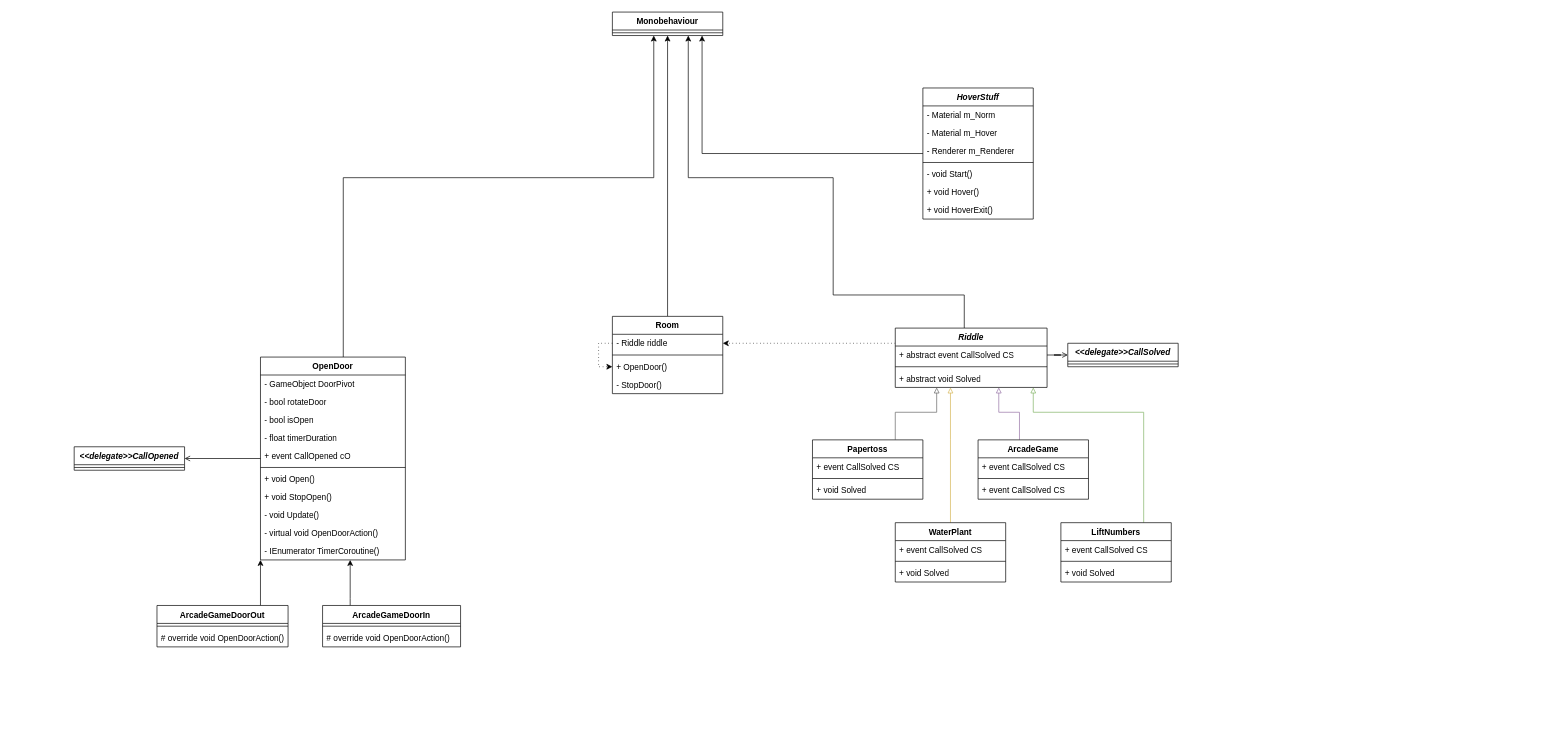
LksWllmnn/GD_PaulSpez23 keeps this draw.io diagram as GameJam/ClassDagramm.drawio. Above is the earlier version. Source tidied: cells renumbered, new cells numbered last; positions are measured from the earlier drawing's top-left corner, leaving out a move shared by most shapes. Both pictures are drawn from the tidied source at 69%, with x=0, y=0 at pixel (74, 12).
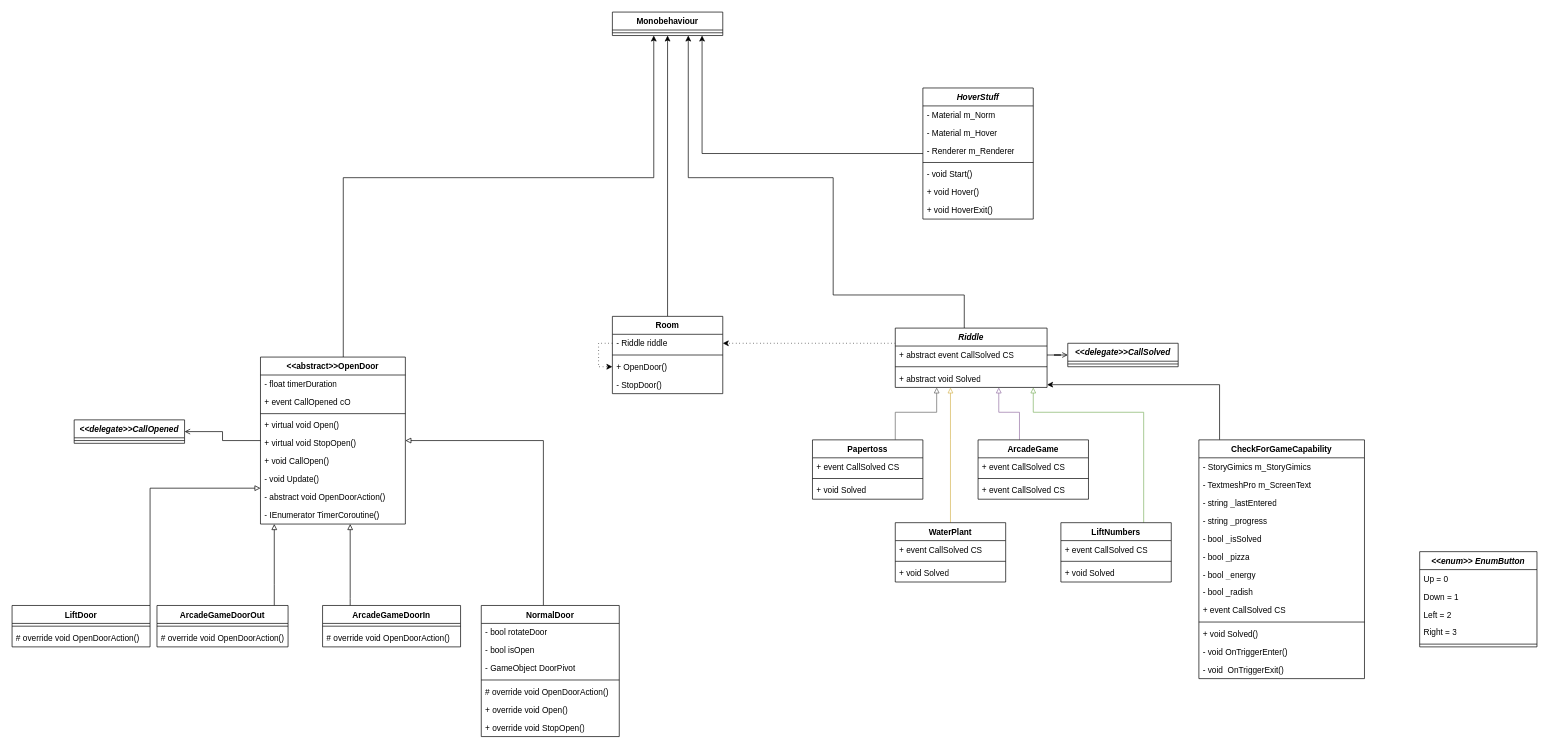
The same diagram, later.

Unchanged cells that the change refers to:
```xml
<mxCell id="11" value="&lt;i&gt;Riddle&lt;/i&gt;" style="swimlane;fontStyle=1;align=center;verticalAlign=top;horizontal=1;startSize=26;whiteSpace=wrap;html=1;" parent="1" vertex="1">
  <mxGeometry x="1190" y="458" width="220" height="86" as="geometry" />
</mxCell>
<mxCell id="55" value="ArcadeGameDoorOut" style="swimlane;fontStyle=1;align=center;verticalAlign=top;horizontal=1;startSize=26;whiteSpace=wrap;html=1;" parent="1" vertex="1">
  <mxGeometry x="120" y="860" width="190" height="60" as="geometry" />
</mxCell>
<mxCell id="59" value="ArcadeGameDoorIn" style="swimlane;fontStyle=1;align=center;verticalAlign=top;horizontal=1;startSize=26;whiteSpace=wrap;html=1;" parent="1" vertex="1">
  <mxGeometry x="360" y="860" width="200" height="60" as="geometry" />
</mxCell>
```

What changed in the source:
```diff
@@
-    <mxCell id="42" value="OpenDoor" style="swimlane;fontStyle=1;align=center;verticalAlign=top;horizontal=1;startSize=26;whiteSpace=wrap;html=1;" parent="1" vertex="1">
-      <mxGeometry x="270" y="500" width="210" height="294" as="geometry" />
+    <mxCell id="42" value="&amp;lt;&amp;lt;abstract&amp;gt;&amp;gt;OpenDoor" style="swimlane;fontStyle=1;align=center;verticalAlign=top;horizontal=1;startSize=26;whiteSpace=wrap;html=1;" parent="1" vertex="1">
+      <mxGeometry x="270" y="500" width="210" height="242" as="geometry" />
     </mxCell>
-    <mxCell id="43" value="- GameObject DoorPivot" style="text;strokeColor=none;fillColor=none;align=left;verticalAlign=top;spacingLeft=4;spacingRight=4;overflow=hidden;whiteSpace=wrap;html=1;" parent="42" vertex="1">
-      <mxGeometry y="26" width="210" height="26" as="geometry" />
-    </mxCell>
-    <mxCell id="44" value="- bool rotateDoor" style="text;strokeColor=none;fillColor=none;align=left;verticalAlign=top;spacingLeft=4;spacingRight=4;overflow=hidden;whiteSpace=wrap;html=1;" parent="42" vertex="1">
-      <mxGeometry y="52" width="210" height="26" as="geometry" />
-    </mxCell>
-    <mxCell id="45" value="- bool isOpen" style="text;strokeColor=none;fillColor=none;align=left;verticalAlign=top;spacingLeft=4;spacingRight=4;overflow=hidden;whiteSpace=wrap;html=1;" parent="42" vertex="1">
-      <mxGeometry y="78" width="210" height="26" as="geometry" />
-    </mxCell>
     <mxCell id="46" value="- float timerDuration" style="text;strokeColor=none;fillColor=none;align=left;verticalAlign=top;spacingLeft=4;spacingRight=4;overflow=hidden;whiteSpace=wrap;html=1;" parent="42" vertex="1">
-      <mxGeometry y="104" width="210" height="26" as="geometry" />
+      <mxGeometry y="26" width="210" height="26" as="geometry" />
     </mxCell>
     <mxCell id="47" value="+ event CallOpened cO" style="text;strokeColor=none;fillColor=none;align=left;verticalAlign=top;spacingLeft=4;spacingRight=4;overflow=hidden;whiteSpace=wrap;html=1;" parent="42" vertex="1">
-      <mxGeometry y="130" width="210" height="26" as="geometry" />
+      <mxGeometry y="52" width="210" height="26" as="geometry" />
     </mxCell>
     <mxCell id="48" style="line;strokeWidth=1;fillColor=none;align=left;verticalAlign=middle;spacingTop=-1;spacingLeft=3;spacingRight=3;labelPosition=right;strokeColor=inherit;" parent="42" vertex="1">
-      <mxGeometry y="156" width="210" height="8" as="geometry" />
+      <mxGeometry y="78" width="210" height="8" as="geometry" />
     </mxCell>
-    <mxCell id="49" value="+ void Open()" style="text;strokeColor=none;fillColor=none;align=left;verticalAlign=top;spacingLeft=4;spacingRight=4;overflow=hidden;whiteSpace=wrap;html=1;" parent="42" vertex="1">
-      <mxGeometry y="164" width="210" height="26" as="geometry" />
+    <mxCell id="49" value="+ virtual void Open()" style="text;strokeColor=none;fillColor=none;align=left;verticalAlign=top;spacingLeft=4;spacingRight=4;overflow=hidden;whiteSpace=wrap;html=1;" parent="42" vertex="1">
+      <mxGeometry y="86" width="210" height="26" as="geometry" />
     </mxCell>
-    <mxCell id="50" value="+ void StopOpen()" style="text;strokeColor=none;fillColor=none;align=left;verticalAlign=top;spacingLeft=4;spacingRight=4;overflow=hidden;whiteSpace=wrap;html=1;" parent="42" vertex="1">
-      <mxGeometry y="190" width="210" height="26" as="geometry" />
+    <mxCell id="50" value="+ virtual void StopOpen()" style="text;strokeColor=none;fillColor=none;align=left;verticalAlign=top;spacingLeft=4;spacingRight=4;overflow=hidden;whiteSpace=wrap;html=1;" parent="42" vertex="1">
+      <mxGeometry y="112" width="210" height="26" as="geometry" />
     </mxCell>
+    <mxCell id="73" value="+ void CallOpen()" style="text;strokeColor=none;fillColor=none;align=left;verticalAlign=top;spacingLeft=4;spacingRight=4;overflow=hidden;whiteSpace=wrap;html=1;" parent="42" vertex="1">
+      <mxGeometry y="138" width="210" height="26" as="geometry" />
+    </mxCell>
     <mxCell id="51" value="- void Update()" style="text;strokeColor=none;fillColor=none;align=left;verticalAlign=top;spacingLeft=4;spacingRight=4;overflow=hidden;whiteSpace=wrap;html=1;" parent="42" vertex="1">
-      <mxGeometry y="216" width="210" height="26" as="geometry" />
+      <mxGeometry y="164" width="210" height="26" as="geometry" />
     </mxCell>
-    <mxCell id="52" value="- virtual void OpenDoorAction()" style="text;strokeColor=none;fillColor=none;align=left;verticalAlign=top;spacingLeft=4;spacingRight=4;overflow=hidden;whiteSpace=wrap;html=1;" parent="42" vertex="1">
-      <mxGeometry y="242" width="210" height="26" as="geometry" />
+    <mxCell id="52" value="- abstract void OpenDoorAction()" style="text;strokeColor=none;fillColor=none;align=left;verticalAlign=top;spacingLeft=4;spacingRight=4;overflow=hidden;whiteSpace=wrap;html=1;" parent="42" vertex="1">
+      <mxGeometry y="190" width="210" height="26" as="geometry" />
     </mxCell>
     <mxCell id="53" value="- IEnumerator TimerCoroutine()" style="text;strokeColor=none;fillColor=none;align=left;verticalAlign=top;spacingLeft=4;spacingRight=4;overflow=hidden;whiteSpace=wrap;html=1;" parent="42" vertex="1">
-      <mxGeometry y="268" width="210" height="26" as="geometry" />
+      <mxGeometry y="216" width="210" height="26" as="geometry" />
     </mxCell>
-    <mxCell id="54" style="edgeStyle=orthogonalEdgeStyle;rounded=0;jettySize=auto;html=1;" parent="1" edge="1" source="55" target="42">
+    <mxCell id="54" style="edgeStyle=orthogonalEdgeStyle;rounded=0;jettySize=auto;html=1;endArrow=block;endFill=0;" parent="1" edge="1" source="55" target="42">
       <mxGeometry relative="1" as="geometry">
         <Array as="points">
-          <mxPoint x="280" y="870" />
-          <mxPoint x="280" y="870" />
+          <mxPoint x="290" y="830" />
+          <mxPoint x="290" y="830" />
         </Array>
       </mxGeometry>
     </mxCell>
@@
-    <mxCell id="58" style="edgeStyle=orthogonalEdgeStyle;rounded=0;jettySize=auto;html=1;" parent="1" edge="1" source="59" target="42">
+    <mxCell id="58" style="edgeStyle=orthogonalEdgeStyle;rounded=0;jettySize=auto;html=1;endArrow=block;endFill=0;" parent="1" edge="1" source="59" target="42">
       <mxGeometry relative="1" as="geometry">
         <Array as="points">
           <mxPoint x="400" y="850" />
           <mxPoint x="400" y="850" />
         </Array>
       </mxGeometry>
     </mxCell>
@@
     <mxCell id="62" value="&lt;i&gt;&amp;lt;&amp;lt;delegate&amp;gt;&amp;gt;CallOpened&lt;/i&gt;" style="swimlane;fontStyle=1;align=center;verticalAlign=top;horizontal=1;startSize=26;whiteSpace=wrap;html=1;" parent="1" vertex="1">
-      <mxGeometry y="630" width="160" height="34" as="geometry" />
+      <mxGeometry y="591" width="160" height="34" as="geometry" />
     </mxCell>
@@
+    <mxCell id="74" style="edgeStyle=orthogonalEdgeStyle;rounded=0;jettySize=auto;html=1;" parent="1" edge="1" source="75" target="11">
+      <mxGeometry relative="1" as="geometry">
+        <Array as="points">
+          <mxPoint x="1660" y="540" />
+        </Array>
+      </mxGeometry>
+    </mxCell>
+    <mxCell id="75" value="CheckForGameCapability" style="swimlane;fontStyle=1;align=center;verticalAlign=top;horizontal=1;startSize=26;whiteSpace=wrap;html=1;" parent="1" vertex="1">
+      <mxGeometry x="1630" y="620" width="240" height="346" as="geometry" />
+    </mxCell>
+    <mxCell id="76" value="- StoryGimics m_StoryGimics" style="text;strokeColor=none;fillColor=none;align=left;verticalAlign=top;spacingLeft=4;spacingRight=4;overflow=hidden;whiteSpace=wrap;html=1;" parent="75" vertex="1">
+      <mxGeometry y="26" width="240" height="26" as="geometry" />
+    </mxCell>
+    <mxCell id="77" value="- TextmeshPro m_ScreenText" style="text;strokeColor=none;fillColor=none;align=left;verticalAlign=top;spacingLeft=4;spacingRight=4;overflow=hidden;whiteSpace=wrap;html=1;" parent="75" vertex="1">
+      <mxGeometry y="52" width="240" height="26" as="geometry" />
+    </mxCell>
+    <mxCell id="78" value="- string _lastEntered" style="text;strokeColor=none;fillColor=none;align=left;verticalAlign=top;spacingLeft=4;spacingRight=4;overflow=hidden;whiteSpace=wrap;html=1;" parent="75" vertex="1">
+      <mxGeometry y="78" width="240" height="26" as="geometry" />
+    </mxCell>
+    <mxCell id="79" value="- string _progress" style="text;strokeColor=none;fillColor=none;align=left;verticalAlign=top;spacingLeft=4;spacingRight=4;overflow=hidden;whiteSpace=wrap;html=1;" parent="75" vertex="1">
+      <mxGeometry y="104" width="240" height="26" as="geometry" />
+    </mxCell>
+    <mxCell id="80" value="- bool _isSolved" style="text;strokeColor=none;fillColor=none;align=left;verticalAlign=top;spacingLeft=4;spacingRight=4;overflow=hidden;whiteSpace=wrap;html=1;" parent="75" vertex="1">
+      <mxGeometry y="130" width="240" height="26" as="geometry" />
+    </mxCell>
+    <mxCell id="81" value="- bool _pizza" style="text;strokeColor=none;fillColor=none;align=left;verticalAlign=top;spacingLeft=4;spacingRight=4;overflow=hidden;whiteSpace=wrap;html=1;" parent="75" vertex="1">
+      <mxGeometry y="156" width="240" height="26" as="geometry" />
+    </mxCell>
+    <mxCell id="82" value="- bool _energy" style="text;strokeColor=none;fillColor=none;align=left;verticalAlign=top;spacingLeft=4;spacingRight=4;overflow=hidden;whiteSpace=wrap;html=1;" parent="75" vertex="1">
+      <mxGeometry y="182" width="240" height="26" as="geometry" />
+    </mxCell>
+    <mxCell id="83" value="- bool _radish" style="text;strokeColor=none;fillColor=none;align=left;verticalAlign=top;spacingLeft=4;spacingRight=4;overflow=hidden;whiteSpace=wrap;html=1;" parent="75" vertex="1">
+      <mxGeometry y="208" width="240" height="26" as="geometry" />
+    </mxCell>
+    <mxCell id="84" value="+ event CallSolved CS" style="text;strokeColor=none;fillColor=none;align=left;verticalAlign=top;spacingLeft=4;spacingRight=4;overflow=hidden;whiteSpace=wrap;html=1;" parent="75" vertex="1">
+      <mxGeometry y="234" width="240" height="26" as="geometry" />
+    </mxCell>
+    <mxCell id="85" style="line;strokeWidth=1;fillColor=none;align=left;verticalAlign=middle;spacingTop=-1;spacingLeft=3;spacingRight=3;labelPosition=right;strokeColor=inherit;" parent="75" vertex="1">
+      <mxGeometry y="260" width="240" height="8" as="geometry" />
+    </mxCell>
+    <mxCell id="86" value="+ void Solved()" style="text;strokeColor=none;fillColor=none;align=left;verticalAlign=top;spacingLeft=4;spacingRight=4;overflow=hidden;whiteSpace=wrap;html=1;" parent="75" vertex="1">
+      <mxGeometry y="268" width="240" height="26" as="geometry" />
+    </mxCell>
+    <mxCell id="87" value="- void OnTriggerEnter()" style="text;strokeColor=none;fillColor=none;align=left;verticalAlign=top;spacingLeft=4;spacingRight=4;overflow=hidden;whiteSpace=wrap;html=1;" parent="75" vertex="1">
+      <mxGeometry y="294" width="240" height="26" as="geometry" />
+    </mxCell>
+    <mxCell id="88" value="- void&amp;nbsp; OnTriggerExit()" style="text;strokeColor=none;fillColor=none;align=left;verticalAlign=top;spacingLeft=4;spacingRight=4;overflow=hidden;whiteSpace=wrap;html=1;" parent="75" vertex="1">
+      <mxGeometry y="320" width="240" height="26" as="geometry" />
+    </mxCell>
+    <mxCell id="89" value="&lt;i&gt;&amp;lt;&amp;lt;enum&amp;gt;&amp;gt; EnumButton&lt;/i&gt;" style="swimlane;fontStyle=1;align=center;verticalAlign=top;horizontal=1;startSize=26;whiteSpace=wrap;html=1;" parent="1" vertex="1">
+      <mxGeometry x="1950" y="782" width="170" height="138" as="geometry" />
+    </mxCell>
+    <mxCell id="90" value="Up = 0" style="text;strokeColor=none;fillColor=none;align=left;verticalAlign=top;spacingLeft=4;spacingRight=4;overflow=hidden;whiteSpace=wrap;html=1;" parent="89" vertex="1">
+      <mxGeometry y="26" width="170" height="26" as="geometry" />
+    </mxCell>
+    <mxCell id="91" value="Down = 1" style="text;strokeColor=none;fillColor=none;align=left;verticalAlign=top;spacingLeft=4;spacingRight=4;overflow=hidden;whiteSpace=wrap;html=1;" parent="89" vertex="1">
+      <mxGeometry y="52" width="170" height="26" as="geometry" />
+    </mxCell>
+    <mxCell id="92" value="Left = 2" style="text;strokeColor=none;fillColor=none;align=left;verticalAlign=top;spacingLeft=4;spacingRight=4;overflow=hidden;whiteSpace=wrap;html=1;" parent="89" vertex="1">
+      <mxGeometry y="78" width="170" height="26" as="geometry" />
+    </mxCell>
+    <mxCell id="93" value="Right = 3" style="text;strokeColor=none;fillColor=none;align=left;verticalAlign=top;spacingLeft=4;spacingRight=4;overflow=hidden;whiteSpace=wrap;html=1;" parent="89" vertex="1">
+      <mxGeometry y="104" width="170" height="26" as="geometry" />
+    </mxCell>
+    <mxCell id="94" style="line;strokeWidth=1;fillColor=none;align=left;verticalAlign=middle;spacingTop=-1;spacingLeft=3;spacingRight=3;labelPosition=right;strokeColor=inherit;" parent="89" vertex="1">
+      <mxGeometry y="130" width="170" height="8" as="geometry" />
+    </mxCell>
+    <mxCell id="95" style="edgeStyle=orthogonalEdgeStyle;rounded=0;jettySize=auto;html=1;endArrow=block;endFill=0;" parent="1" edge="1" source="96" target="42">
+      <mxGeometry relative="1" as="geometry">
+        <Array as="points">
+          <mxPoint x="680" y="621" />
+        </Array>
+      </mxGeometry>
+    </mxCell>
+    <mxCell id="96" value="NormalDoor" style="swimlane;fontStyle=1;align=center;verticalAlign=top;horizontal=1;startSize=26;whiteSpace=wrap;html=1;" parent="1" vertex="1">
+      <mxGeometry x="590" y="860" width="200" height="190" as="geometry" />
+    </mxCell>
+    <mxCell id="44" value="- bool rotateDoor" style="text;strokeColor=none;fillColor=none;align=left;verticalAlign=top;spacingLeft=4;spacingRight=4;overflow=hidden;whiteSpace=wrap;html=1;" parent="96" vertex="1">
+      <mxGeometry y="26" width="200" height="26" as="geometry" />
+    </mxCell>
+    <mxCell id="45" value="- bool isOpen" style="text;strokeColor=none;fillColor=none;align=left;verticalAlign=top;spacingLeft=4;spacingRight=4;overflow=hidden;whiteSpace=wrap;html=1;" parent="96" vertex="1">
+      <mxGeometry y="52" width="200" height="26" as="geometry" />
+    </mxCell>
+    <mxCell id="43" value="- GameObject DoorPivot" style="text;strokeColor=none;fillColor=none;align=left;verticalAlign=top;spacingLeft=4;spacingRight=4;overflow=hidden;whiteSpace=wrap;html=1;" parent="96" vertex="1">
+      <mxGeometry y="78" width="200" height="26" as="geometry" />
+    </mxCell>
+    <mxCell id="97" style="line;strokeWidth=1;fillColor=none;align=left;verticalAlign=middle;spacingTop=-1;spacingLeft=3;spacingRight=3;labelPosition=right;strokeColor=inherit;" parent="96" vertex="1">
+      <mxGeometry y="104" width="200" height="8" as="geometry" />
+    </mxCell>
+    <mxCell id="98" value="# override void OpenDoorAction()" style="text;strokeColor=none;fillColor=none;align=left;verticalAlign=top;spacingLeft=4;spacingRight=4;overflow=hidden;whiteSpace=wrap;html=1;" parent="96" vertex="1">
+      <mxGeometry y="112" width="200" height="26" as="geometry" />
+    </mxCell>
+    <mxCell id="99" value="+ override void Open()" style="text;strokeColor=none;fillColor=none;align=left;verticalAlign=top;spacingLeft=4;spacingRight=4;overflow=hidden;whiteSpace=wrap;html=1;" parent="96" vertex="1">
+      <mxGeometry y="138" width="200" height="26" as="geometry" />
+    </mxCell>
+    <mxCell id="100" value="+ override void StopOpen()" style="text;strokeColor=none;fillColor=none;align=left;verticalAlign=top;spacingLeft=4;spacingRight=4;overflow=hidden;whiteSpace=wrap;html=1;" parent="96" vertex="1">
+      <mxGeometry y="164" width="200" height="26" as="geometry" />
+    </mxCell>
+    <mxCell id="101" style="edgeStyle=orthogonalEdgeStyle;rounded=0;jettySize=auto;html=1;endArrow=block;endFill=0;" parent="1" edge="1" source="102" target="42">
+      <mxGeometry relative="1" as="geometry">
+        <Array as="points">
+          <mxPoint x="110" y="690" />
+        </Array>
+      </mxGeometry>
+    </mxCell>
+    <mxCell id="102" value="LiftDoor" style="swimlane;fontStyle=1;align=center;verticalAlign=top;horizontal=1;startSize=26;whiteSpace=wrap;html=1;" parent="1" vertex="1">
+      <mxGeometry x="-90" y="860" width="200" height="60" as="geometry" />
+    </mxCell>
+    <mxCell id="103" style="line;strokeWidth=1;fillColor=none;align=left;verticalAlign=middle;spacingTop=-1;spacingLeft=3;spacingRight=3;labelPosition=right;strokeColor=inherit;" parent="102" vertex="1">
+      <mxGeometry y="26" width="200" height="8" as="geometry" />
+    </mxCell>
+    <mxCell id="104" value="# override void OpenDoorAction()" style="text;strokeColor=none;fillColor=none;align=left;verticalAlign=top;spacingLeft=4;spacingRight=4;overflow=hidden;whiteSpace=wrap;html=1;" parent="102" vertex="1">
+      <mxGeometry y="34" width="200" height="26" as="geometry" />
+    </mxCell>
```
